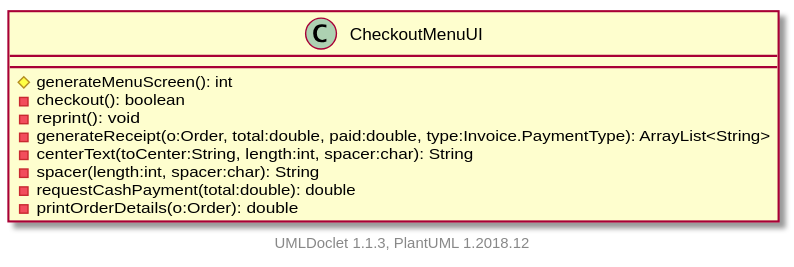
itachi1706/How-to-use-Git-NTUSCSE1819-Site keeps this PlantUML diagram as projects/oodp/html/umlversion/uml/sg.edu.ntu.scse.cz2002.ui.CheckoutMenuUI.svg. Above is the earlier version. Its diagram source:
```plantuml
@startuml

    class CheckoutMenuUI [[../sg/edu/ntu/scse/cz2002/ui/CheckoutMenuUI.html]] {
        #generateMenuScreen(): int
        -checkout(): boolean
        -reprint(): void
        -generateReceipt(o:Order, total:double, paid:double, type:Invoice.PaymentType): ArrayList<String>
        -centerText(toCenter:String, length:int, spacer:char): String
        -spacer(length:int, spacer:char): String
        -requestCashPayment(total:double): double
        -printOrderDetails(o:Order): double
    }


    center footer UMLDoclet 1.1.3, PlantUML 1.2018.12
@enduml
```
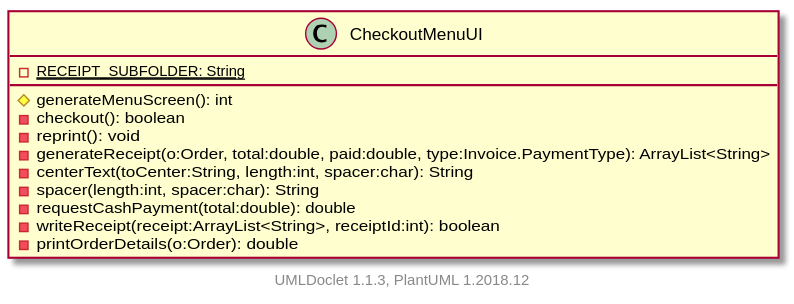
Above is the later version.

What changed in the source:
```diff
@@ -1,6 +1,7 @@
 @startuml
 
     class CheckoutMenuUI [[../sg/edu/ntu/scse/cz2002/ui/CheckoutMenuUI.html]] {
+        {static} -RECEIPT_SUBFOLDER: String
         #generateMenuScreen(): int
         -checkout(): boolean
         -reprint(): void
@@ -8,6 +9,7 @@
         -centerText(toCenter:String, length:int, spacer:char): String
         -spacer(length:int, spacer:char): String
         -requestCashPayment(total:double): double
+        -writeReceipt(receipt:ArrayList<String>, receiptId:int): boolean
         -printOrderDetails(o:Order): double
     }
 
```
